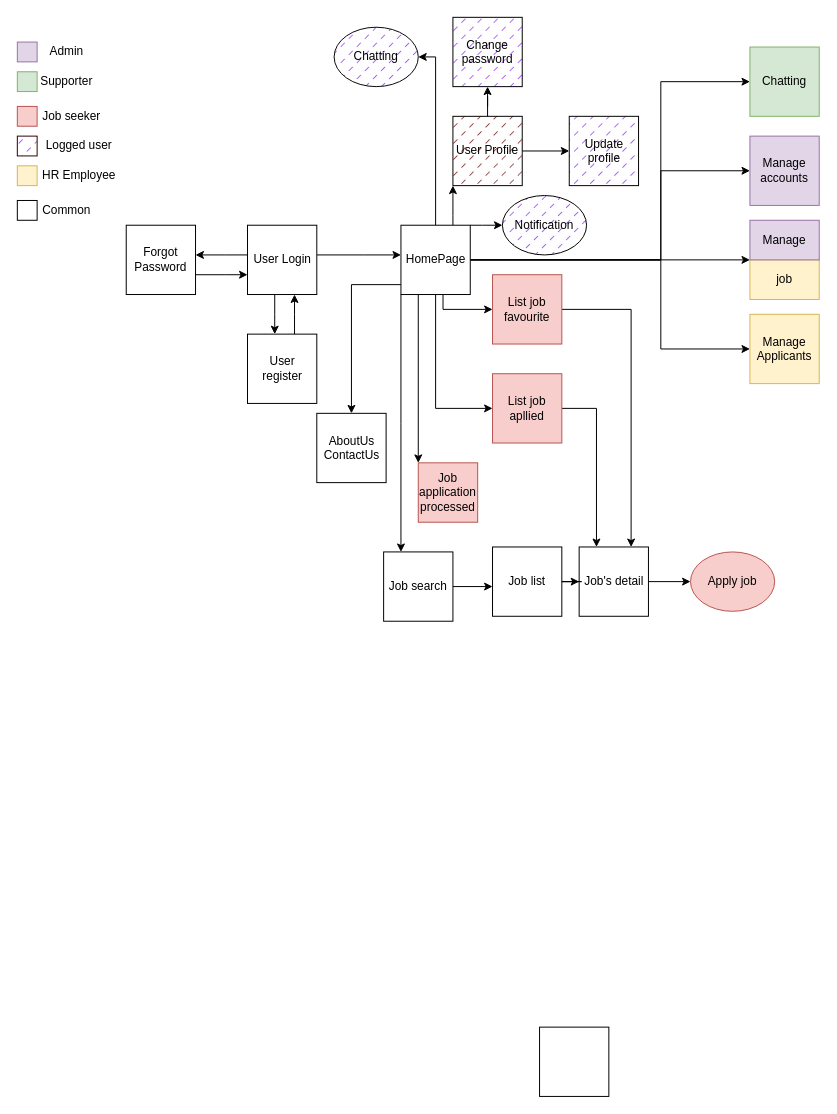
13personn/MainRepository keeps this draw.io diagram as Biểu đồ không có tiêu đề.drawio. Above is the earlier version. Source tidied: cells renumbered, new cells numbered last; positions are measured from the earlier drawing's top-left corner, leaving out a move shared by most shapes. Both pictures are drawn from the tidied source at 99%, with x=0, y=0 at pixel (17, 17).
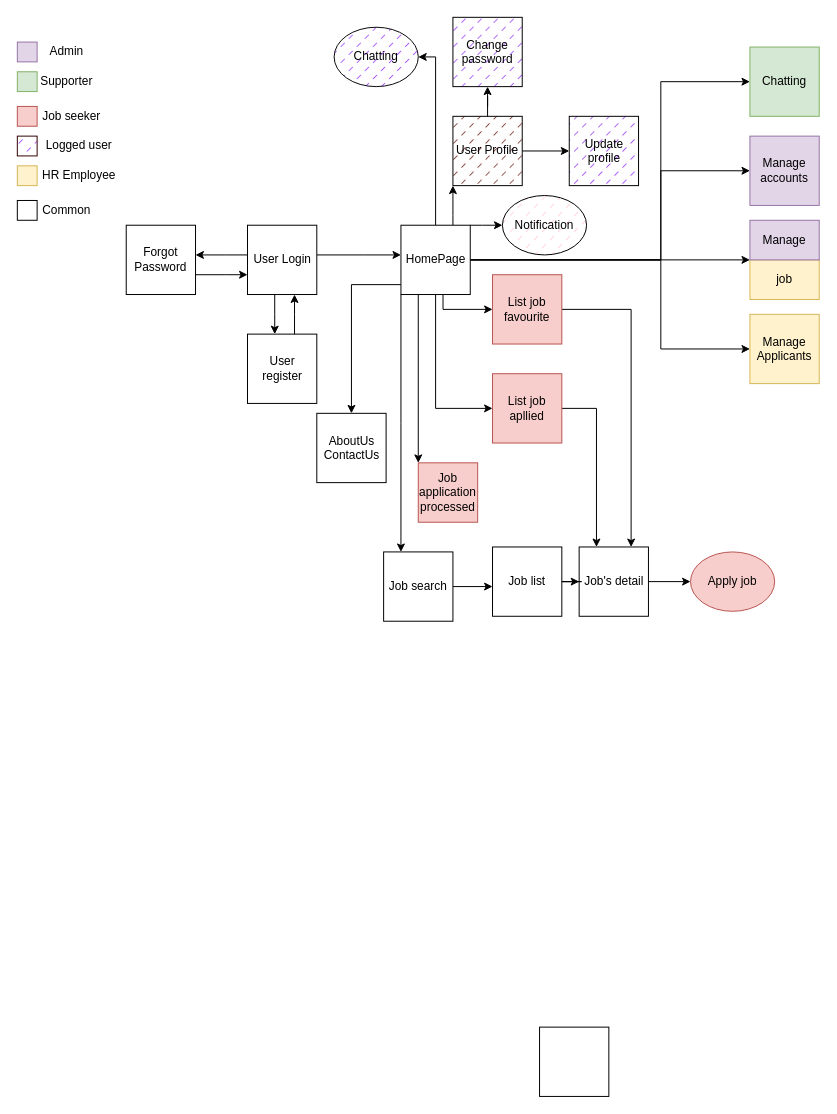
Above is the later version.

Commit message:
Cập nhật Biểu đồ không có tiêu đề.drawio

The edit, as a diff of the source:
```diff
@@
-    <mxCell id="42" value="Notification" style="ellipse;whiteSpace=wrap;html=1;fillColor=#9933FF;fillStyle=dashed;" parent="1" vertex="1">
+    <mxCell id="42" value="Notification" style="ellipse;whiteSpace=wrap;html=1;fillColor=#FFCCCC;fillStyle=dashed;" parent="1" vertex="1">
       <mxGeometry x="490" y="180" width="85" height="60" as="geometry" />
     </mxCell>
```
